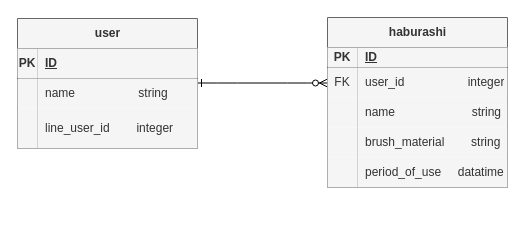
The draw.io diagram Haburashi_Life_ER.drawio in TAMETOMO8/Haburashi_Life, before the edit. Source tidied: cells renumbered, new cells numbered last; positions are measured from the earlier drawing's top-left corner, leaving out a move shared by most shapes. Both pictures are drawn from the tidied source at 100%, with x=0, y=0 at pixel (17, 17).
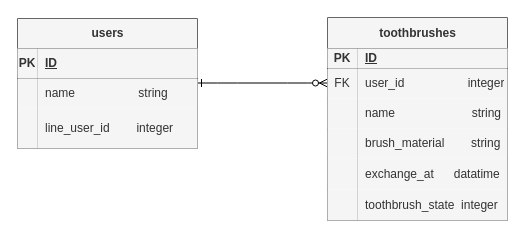
The same diagram, later.

What changed in the source:
```diff
@@
-    <mxCell id="3" value="user" style="shape=table;startSize=30;childLayout=tableLayout;rowLines=0;fontStyle=1;align=center;html=1;fillColor=#f5f5f5;fontColor=#333333;strokeColor=#666666;" parent="1" vertex="1">
+    <mxCell id="3" value="users" style="shape=table;startSize=30;childLayout=tableLayout;rowLines=0;fontStyle=1;align=center;html=1;fillColor=#f5f5f5;fontColor=#333333;strokeColor=#666666;" parent="1" vertex="1">
       <mxGeometry y="1" width="180" height="130" as="geometry" />
     </mxCell>
@@
-    <mxCell id="13" value="haburashi" style="shape=table;startSize=30;childLayout=tableLayout;rowLines=0;fontStyle=1;align=center;html=1;swimlaneFillColor=default;fillColor=#f5f5f5;fontColor=#333333;strokeColor=#666666;" parent="1" vertex="1">
-      <mxGeometry x="310" width="180" height="170" as="geometry" />
+    <mxCell id="13" value="toothbrushes" style="shape=table;startSize=31;childLayout=tableLayout;rowLines=0;fontStyle=1;align=center;html=1;swimlaneFillColor=default;fillColor=#f5f5f5;fontColor=#333333;strokeColor=#666666;" parent="1" vertex="1">
+      <mxGeometry x="310" width="180" height="203" as="geometry" />
     </mxCell>
     <mxCell id="14" style="shape=tableRow;horizontal=0;startSize=0;swimlaneHead=0;swimlaneBody=0;fillColor=none;top=0;left=0;right=0;bottom=1;" parent="13" vertex="1">
-      <mxGeometry y="30" width="180" height="20" as="geometry" />
+      <mxGeometry y="31" width="180" height="20" as="geometry" />
     </mxCell>
@@
     <mxCell id="17" style="shape=tableRow;horizontal=0;startSize=0;swimlaneHead=0;swimlaneBody=0;fillColor=none;top=0;left=0;right=0;bottom=0;" parent="13" vertex="1">
-      <mxGeometry y="50" width="180" height="30" as="geometry" />
+      <mxGeometry y="51" width="180" height="30" as="geometry" />
     </mxCell>
@@
     <mxCell id="20" style="shape=tableRow;horizontal=0;startSize=0;swimlaneHead=0;swimlaneBody=0;fillColor=none;top=0;left=0;right=0;bottom=0;" parent="13" vertex="1">
-      <mxGeometry y="80" width="180" height="30" as="geometry" />
+      <mxGeometry y="81" width="180" height="30" as="geometry" />
     </mxCell>
@@
     <mxCell id="23" style="shape=tableRow;horizontal=0;startSize=0;swimlaneHead=0;swimlaneBody=0;fillColor=none;top=0;left=0;right=0;bottom=0;" parent="13" vertex="1">
-      <mxGeometry y="110" width="180" height="30" as="geometry" />
+      <mxGeometry y="111" width="180" height="30" as="geometry" />
     </mxCell>
@@
     <mxCell id="26" style="shape=tableRow;horizontal=0;startSize=0;swimlaneHead=0;swimlaneBody=0;fillColor=none;top=0;left=0;right=0;bottom=0;" parent="13" vertex="1">
-      <mxGeometry y="140" width="180" height="30" as="geometry" />
+      <mxGeometry y="141" width="180" height="31" as="geometry" />
     </mxCell>
     <mxCell id="27" style="shape=partialRectangle;fillColor=#f5f5f5;top=0;left=0;bottom=0;right=0;overflow=hidden;whiteSpace=wrap;html=1;fontColor=#333333;strokeColor=#666666;" parent="26" vertex="1">
-      <mxGeometry width="30" height="30" as="geometry" />
+      <mxGeometry width="30" height="31" as="geometry" />
     </mxCell>
-    <mxCell id="28" value="period_of_use&amp;nbsp; &amp;nbsp; &amp;nbsp;datatime" style="shape=partialRectangle;fillColor=#f5f5f5;top=0;left=0;bottom=0;right=0;align=left;spacingLeft=6;overflow=hidden;whiteSpace=wrap;html=1;fontColor=#333333;strokeColor=#666666;" parent="26" vertex="1">
-      <mxGeometry x="30" width="150" height="30" as="geometry" />
+    <mxCell id="28" value="exchange_at&amp;nbsp; &amp;nbsp; &amp;nbsp; datatime" style="shape=partialRectangle;fillColor=#f5f5f5;top=0;left=0;bottom=0;right=0;align=left;spacingLeft=6;overflow=hidden;whiteSpace=wrap;html=1;fontColor=#333333;strokeColor=#666666;" parent="26" vertex="1">
+      <mxGeometry x="30" width="150" height="31" as="geometry" />
     </mxCell>
+    <mxCell id="29" style="shape=tableRow;horizontal=0;startSize=0;swimlaneHead=0;swimlaneBody=0;fillColor=none;top=0;left=0;right=0;bottom=0;" parent="13" vertex="1">
+      <mxGeometry y="172" width="180" height="31" as="geometry" />
+    </mxCell>
+    <mxCell id="30" style="shape=partialRectangle;fillColor=#f5f5f5;top=0;left=0;bottom=0;right=0;overflow=hidden;whiteSpace=wrap;html=1;fontColor=#333333;strokeColor=#666666;" parent="29" vertex="1">
+      <mxGeometry width="30" height="31" as="geometry" />
+    </mxCell>
+    <mxCell id="31" value="toothbrush_state&amp;nbsp; integer" style="shape=partialRectangle;fillColor=#f5f5f5;top=0;left=0;bottom=0;right=0;align=left;spacingLeft=6;overflow=hidden;whiteSpace=wrap;html=1;fontColor=#333333;strokeColor=#666666;" parent="29" vertex="1">
+      <mxGeometry x="30" width="150" height="31" as="geometry" />
+    </mxCell>
```
